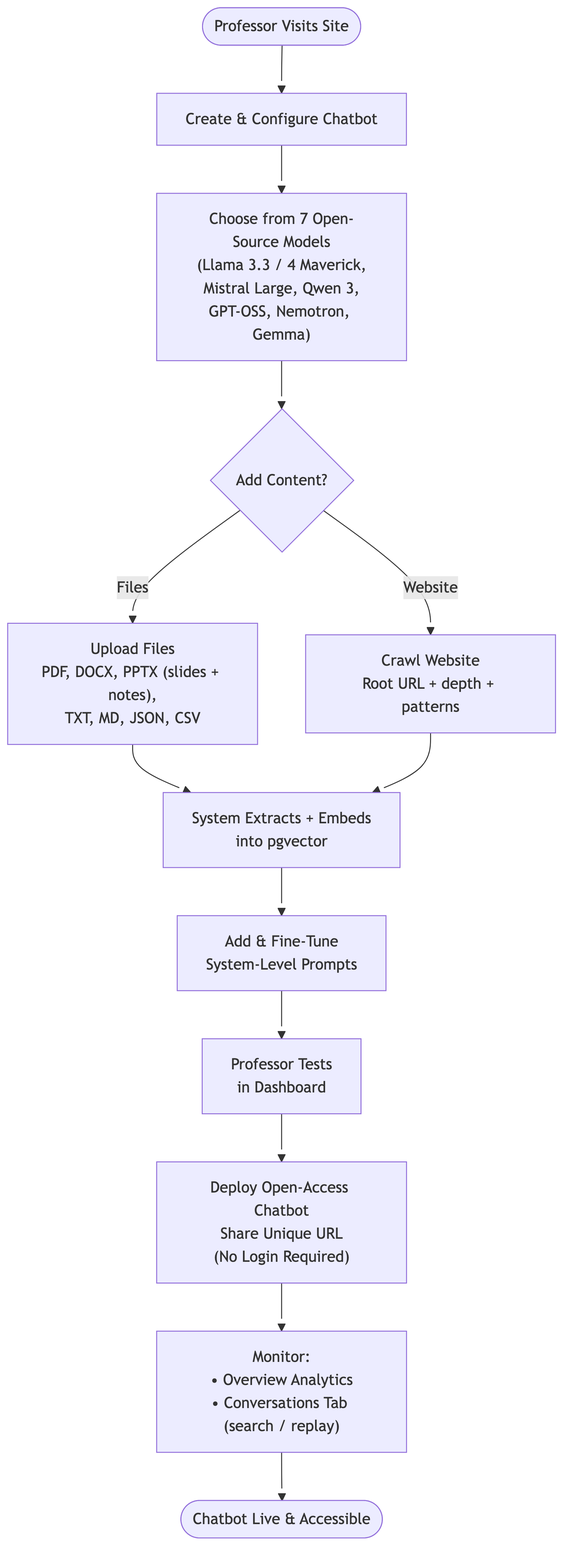
Before: diagrams/flowcharts/professorsimple.png, a diagram exported from Mermaid (akhileshrangani4/teachanything). Its source is kept beside it as diagrams/flowcharts/professorsimple.mmd.
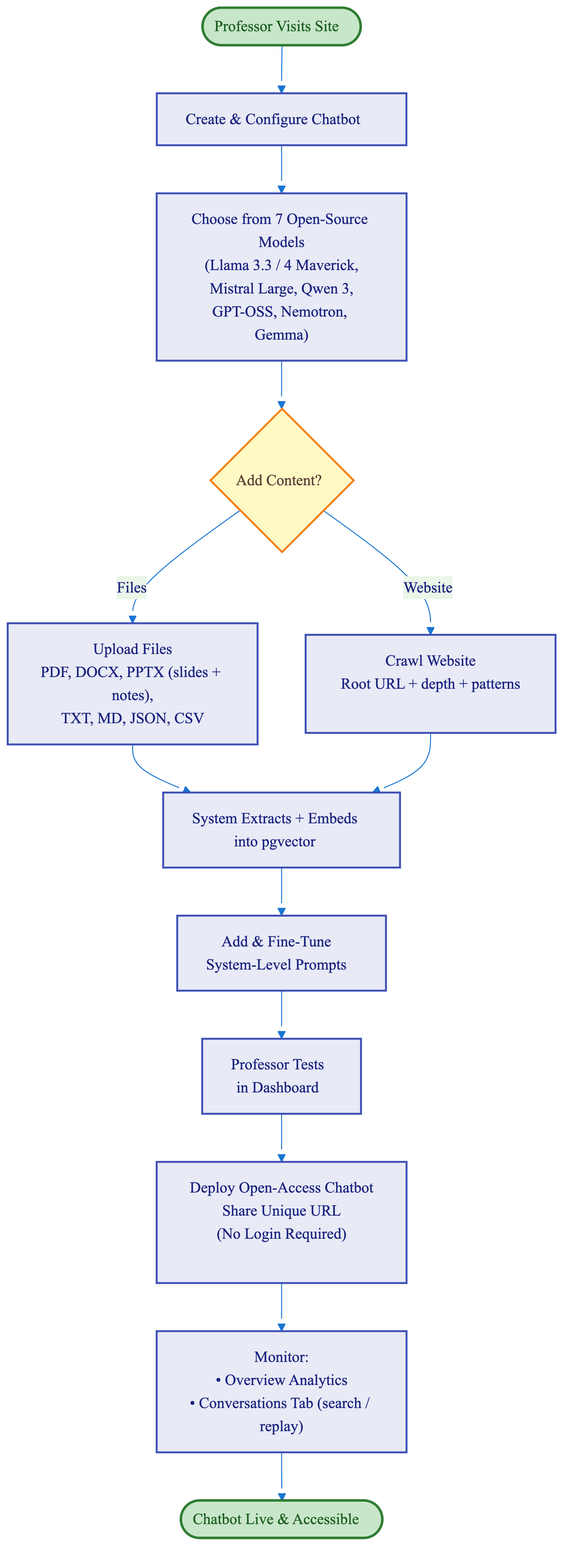
The same diagram one commit later.

Commit message:
docs(diagrams): theme simple diagrams to mimic prior hand-crafted style

Diff of the diagram source:
```diff
@@ -2,6 +2,7 @@
 config:
   look: neo
 ---
+%%{init: {'theme':'base', 'themeVariables': { 'primaryColor':'#E8EAF6', 'primaryBorderColor':'#3F51B5', 'primaryTextColor':'#1A237E', 'lineColor':'#1976D2', 'fontFamily':'Inter, Helvetica, Arial, sans-serif' }}}%%
 flowchart TD
    Start(["Professor Visits Site"]) --> Create["Create & Configure Chatbot"]
    Create --> ChooseModel["Choose from 7 Open-Source Models<br>(Llama 3.3 / 4 Maverick,<br>Mistral Large, Qwen 3,<br>GPT-OSS, Nemotron, Gemma)"]
@@ -15,3 +16,10 @@
    Test --> Deploy["Deploy Open-Access Chatbot<br>Share Unique URL<br>(No Login Required)"]
    Deploy --> Monitor["Monitor:<br>• Overview Analytics<br>• Conversations Tab (search / replay)"]
    Monitor --> End(["Chatbot Live & Accessible"])
+
+   classDef startend fill:#C8E6C9,stroke:#2E7D32,stroke-width:2.5px,color:#1B5E20
+   classDef box fill:#E8EAF6,stroke:#3F51B5,stroke-width:2px,color:#1A237E
+   classDef decision fill:#FFF9C4,stroke:#F57F17,stroke-width:2px,color:#5D4037
+   class Start,End startend
+   class Create,ChooseModel,Upload,Crawl,Process,Prompt,Test,Deploy,Monitor box
+   class AddContent decision
```
